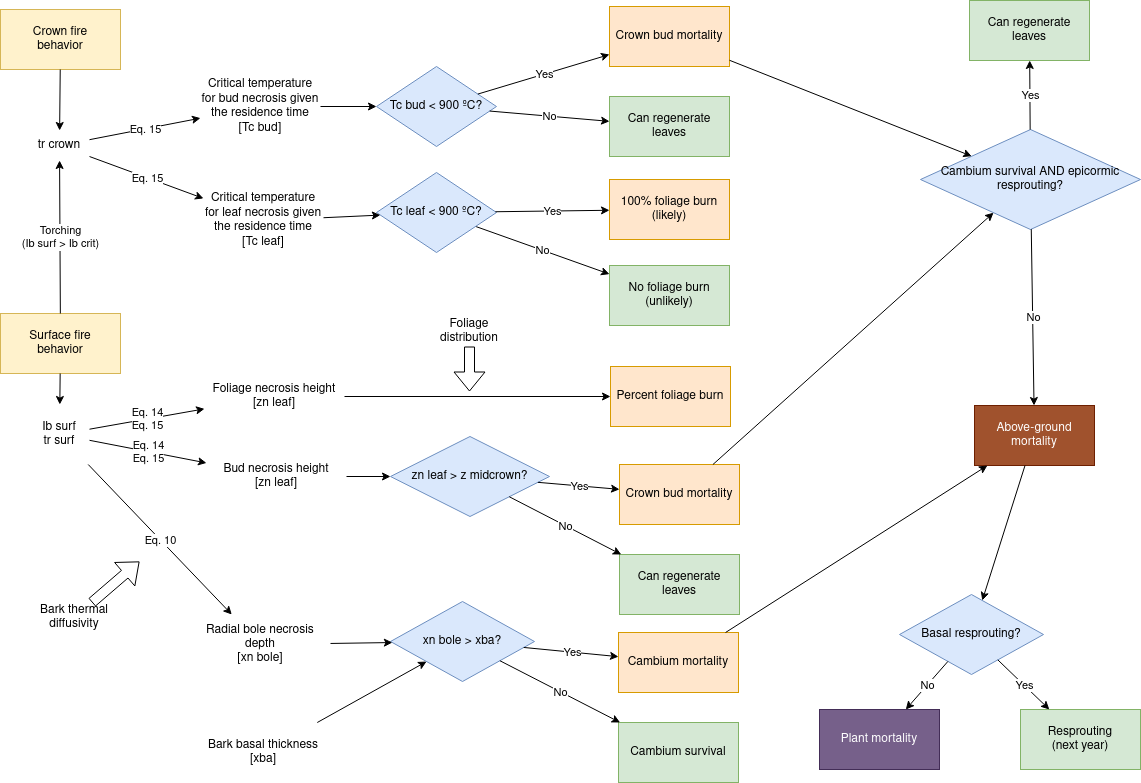
Earlier version of the draw.io export FireSeverity.drawio.png (emf-creaf/medfatebook). Source tidied: cells renumbered, new cells last; positions are measured from the earlier drawing's top-left corner, leaving out a move shared by most shapes.
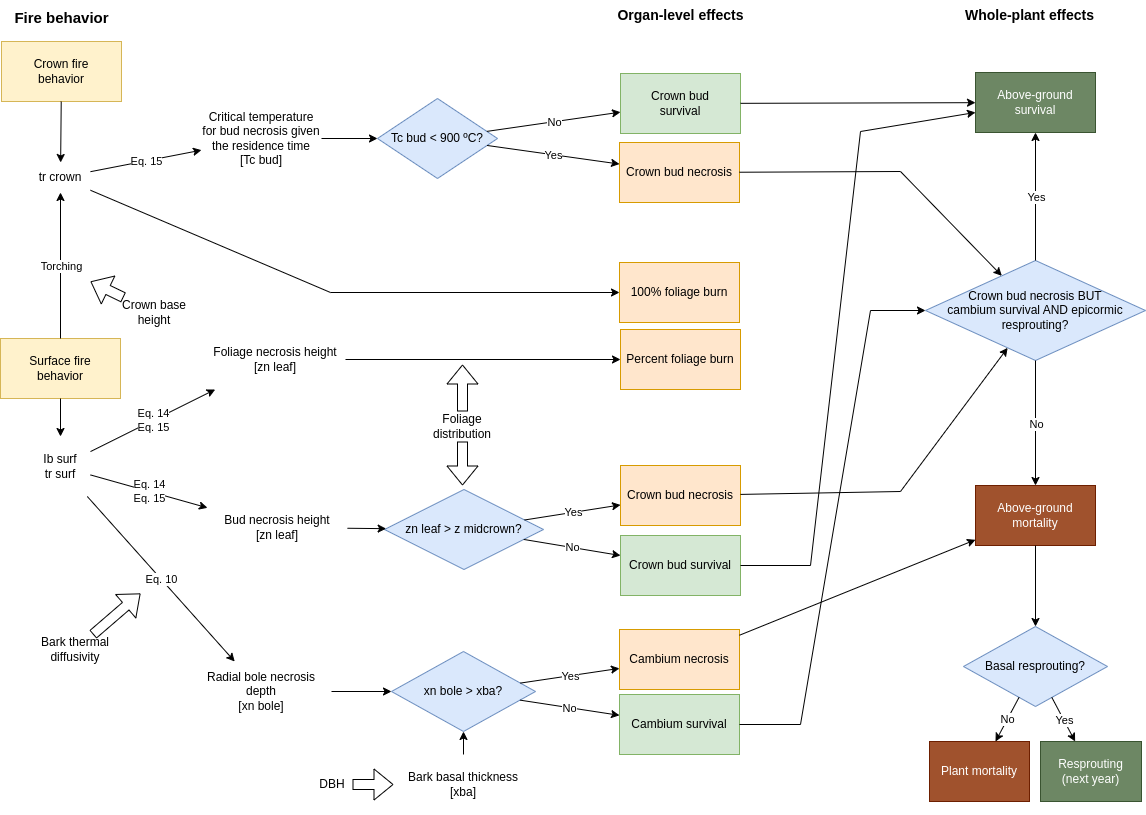
Above is the later version.

Diff of the diagram source:
```diff
@@ -23,8 +23,8 @@
     <mxCell id="8" style="endArrow=classic;html=1;rounded=0;" parent="1" edge="1" source="5" target="4">
       <mxGeometry relative="1" as="geometry" />
     </mxCell>
-    <mxCell id="9" value="Crown bud mortality" style="rounded=0;whiteSpace=wrap;html=1;fillColor=#ffe6cc;strokeColor=#d79b00;" parent="1" vertex="1">
-      <mxGeometry x="609" y="6" width="120" height="60" as="geometry" />
+    <mxCell id="9" value="Crown bud necrosis" style="rounded=0;whiteSpace=wrap;html=1;fillColor=#ffe6cc;strokeColor=#d79b00;" parent="1" vertex="1">
+      <mxGeometry x="618" y="110" width="120" height="60" as="geometry" />
     </mxCell>
     <mxCell id="10" style="endArrow=classic;html=1;rounded=0;" parent="1" edge="1" source="4" target="9">
       <mxGeometry relative="1" as="geometry" />
@@ -32,41 +32,18 @@
     <mxCell id="11" value="Yes" style="edgeLabel;html=1;align=center;verticalAlign=middle;" parent="10" vertex="1">
       <mxGeometry relative="1" as="geometry" />
     </mxCell>
-    <mxCell id="12" style="endArrow=classic;html=1;rounded=0;" parent="1" edge="1" source="17" target="22">
-      <mxGeometry relative="1" as="geometry" />
-    </mxCell>
-    <mxCell id="13" value="No" style="edgeLabel;html=1;align=center;verticalAlign=middle;" parent="12" vertex="1">
-      <mxGeometry relative="1" as="geometry" />
-    </mxCell>
-    <mxCell id="14" value="&lt;div&gt;Critical temperature for leaf necrosis given the residence time&lt;br&gt;&lt;/div&gt;&lt;div&gt;[Tc leaf]&lt;/div&gt;" style="text;html=1;strokeColor=none;fillColor=none;align=center;verticalAlign=middle;whiteSpace=wrap;rounded=0;" parent="1" vertex="1">
-      <mxGeometry x="203" y="190" width="120" height="60" as="geometry" />
-    </mxCell>
-    <mxCell id="15" style="endArrow=classic;html=1;rounded=0;" parent="1" edge="1" source="3" target="14">
-      <mxGeometry relative="1" as="geometry" />
-    </mxCell>
-    <mxCell id="16" value="Eq. 15" style="edgeLabel;html=1;align=center;verticalAlign=middle;" parent="15" vertex="1">
-      <mxGeometry relative="1" as="geometry" />
-    </mxCell>
-    <mxCell id="17" value="Tc leaf &amp;lt; 900 ºC?" style="rhombus;whiteSpace=wrap;html=1;fillColor=#dae8fc;strokeColor=#6c8ebf;" parent="1" vertex="1">
-      <mxGeometry x="376" y="172" width="120" height="80" as="geometry" />
-    </mxCell>
-    <mxCell id="18" style="endArrow=classic;html=1;rounded=0;" parent="1" edge="1" source="14" target="17">
-      <mxGeometry relative="1" as="geometry" />
+    <mxCell id="18" style="endArrow=classic;html=1;rounded=0;" parent="1" edge="1" source="3" target="21">
+      <mxGeometry relative="1" as="geometry">
+        <Array as="points">
+          <mxPoint x="329" y="260" />
+        </Array>
+      </mxGeometry>
     </mxCell>
-    <mxCell id="19" style="endArrow=classic;html=1;rounded=0;" parent="1" edge="1" source="17" target="21">
-      <mxGeometry relative="1" as="geometry" />
-    </mxCell>
-    <mxCell id="20" value="Yes" style="edgeLabel;html=1;align=center;verticalAlign=middle;" parent="19" vertex="1">
-      <mxGeometry relative="1" as="geometry" />
-    </mxCell>
-    <mxCell id="21" value="&lt;div&gt;100% foliage burn&lt;/div&gt;&lt;div&gt;(likely)&lt;br&gt;&lt;/div&gt;" style="rounded=0;whiteSpace=wrap;html=1;fillColor=#ffe6cc;strokeColor=#d79b00;" parent="1" vertex="1">
-      <mxGeometry x="609" y="179" width="120" height="60" as="geometry" />
+    <mxCell id="21" value="&lt;div&gt;100% foliage burn&lt;/div&gt;" style="rounded=0;whiteSpace=wrap;html=1;fillColor=#ffe6cc;strokeColor=#d79b00;" parent="1" vertex="1">
+      <mxGeometry x="618" y="230" width="120" height="60" as="geometry" />
     </mxCell>
-    <mxCell id="22" value="&lt;div&gt;No foliage burn&lt;/div&gt;&lt;div&gt;(unlikely)&lt;br&gt;&lt;/div&gt;" style="rounded=0;whiteSpace=wrap;html=1;fillColor=#d5e8d4;strokeColor=#82b366;" parent="1" vertex="1">
-      <mxGeometry x="609" y="265" width="120" height="60" as="geometry" />
-    </mxCell>
-    <mxCell id="23" value="Can regenerate leaves" style="rounded=0;whiteSpace=wrap;html=1;fillColor=#d5e8d4;strokeColor=#82b366;" parent="1" vertex="1">
-      <mxGeometry x="609" y="96" width="120" height="60" as="geometry" />
+    <mxCell id="23" value="&lt;div&gt;Crown bud &lt;br&gt;&lt;/div&gt;&lt;div&gt;survival&lt;/div&gt;" style="rounded=0;whiteSpace=wrap;html=1;fillColor=#d5e8d4;strokeColor=#82b366;" parent="1" vertex="1">
+      <mxGeometry x="619" y="41" width="120" height="60" as="geometry" />
     </mxCell>
     <mxCell id="24" style="endArrow=classic;html=1;rounded=0;" parent="1" edge="1" source="4" target="23">
       <mxGeometry relative="1" as="geometry" />
@@ -75,7 +52,7 @@
       <mxGeometry relative="1" as="geometry" />
     </mxCell>
     <mxCell id="26" value="&lt;div&gt;Surface fire &lt;br&gt;&lt;/div&gt;&lt;div&gt;behavior&lt;/div&gt;" style="rounded=0;whiteSpace=wrap;html=1;fillColor=#fff2cc;strokeColor=#d6b656;" parent="1" vertex="1">
-      <mxGeometry y="313" width="120" height="60" as="geometry" />
+      <mxGeometry x="-1" y="306" width="120" height="60" as="geometry" />
     </mxCell>
     <mxCell id="27" style="endArrow=classic;html=1;rounded=0;" parent="1" edge="1" source="2" target="3">
       <mxGeometry relative="1" as="geometry" />
@@ -84,22 +61,22 @@
       <mxGeometry x="29" y="404" width="60" height="60" as="geometry" />
     </mxCell>
     <mxCell id="29" value="&lt;div&gt;Foliage necrosis height&lt;br&gt;&lt;/div&gt;&lt;div&gt;[zn leaf]&lt;/div&gt;" style="text;html=1;strokeColor=none;fillColor=none;align=center;verticalAlign=middle;whiteSpace=wrap;rounded=0;" parent="1" vertex="1">
-      <mxGeometry x="204" y="366" width="140" height="60" as="geometry" />
+      <mxGeometry x="204" y="297" width="140" height="60" as="geometry" />
     </mxCell>
     <mxCell id="30" value="&lt;div&gt;Bud necrosis height&lt;br&gt;&lt;/div&gt;&lt;div&gt;[zn leaf]&lt;/div&gt;" style="text;html=1;strokeColor=none;fillColor=none;align=center;verticalAlign=middle;whiteSpace=wrap;rounded=0;" parent="1" vertex="1">
-      <mxGeometry x="206" y="446" width="140" height="60" as="geometry" />
+      <mxGeometry x="206" y="465" width="140" height="60" as="geometry" />
     </mxCell>
     <mxCell id="31" value="&lt;div&gt;Percent foliage burn&lt;/div&gt;" style="rounded=0;whiteSpace=wrap;html=1;fillColor=#ffe6cc;strokeColor=#d79b00;" parent="1" vertex="1">
-      <mxGeometry x="610" y="366" width="120" height="60" as="geometry" />
+      <mxGeometry x="619" y="297" width="120" height="60" as="geometry" />
     </mxCell>
     <mxCell id="32" style="endArrow=classic;html=1;rounded=0;" parent="1" edge="1" source="29" target="31">
       <mxGeometry relative="1" as="geometry" />
     </mxCell>
     <mxCell id="33" value="zn leaf &amp;gt; z midcrown?" style="rhombus;whiteSpace=wrap;html=1;fillColor=#dae8fc;strokeColor=#6c8ebf;" parent="1" vertex="1">
-      <mxGeometry x="390" y="436" width="159" height="80" as="geometry" />
+      <mxGeometry x="383" y="457" width="159" height="80" as="geometry" />
     </mxCell>
-    <mxCell id="34" value="Crown bud mortality" style="rounded=0;whiteSpace=wrap;html=1;fillColor=#ffe6cc;strokeColor=#d79b00;" parent="1" vertex="1">
-      <mxGeometry x="619" y="464" width="120" height="60" as="geometry" />
+    <mxCell id="34" value="Crown bud necrosis" style="rounded=0;whiteSpace=wrap;html=1;fillColor=#ffe6cc;strokeColor=#d79b00;" parent="1" vertex="1">
+      <mxGeometry x="619" y="433" width="120" height="60" as="geometry" />
     </mxCell>
     <mxCell id="35" style="endArrow=classic;html=1;rounded=0;" parent="1" edge="1" source="33" target="34">
       <mxGeometry relative="1" as="geometry" />
@@ -107,8 +84,8 @@
     <mxCell id="36" value="Yes" style="edgeLabel;html=1;align=center;verticalAlign=middle;" parent="35" vertex="1">
       <mxGeometry relative="1" as="geometry" />
     </mxCell>
-    <mxCell id="37" value="Can regenerate leaves" style="rounded=0;whiteSpace=wrap;html=1;fillColor=#d5e8d4;strokeColor=#82b366;" parent="1" vertex="1">
-      <mxGeometry x="619" y="554" width="120" height="60" as="geometry" />
+    <mxCell id="37" value="Crown bud survival" style="rounded=0;whiteSpace=wrap;html=1;fillColor=#d5e8d4;strokeColor=#82b366;" parent="1" vertex="1">
+      <mxGeometry x="619" y="503" width="120" height="60" as="geometry" />
     </mxCell>
     <mxCell id="38" style="endArrow=classic;html=1;rounded=0;" parent="1" edge="1" source="33" target="37">
       <mxGeometry relative="1" as="geometry" />
@@ -116,10 +93,8 @@
     <mxCell id="39" value="No" style="edgeLabel;html=1;align=center;verticalAlign=middle;" parent="38" vertex="1">
       <mxGeometry relative="1" as="geometry" />
     </mxCell>
-    <mxCell id="40" style="endArrow=classic;html=1;rounded=0;" parent="1" edge="1" source="30">
-      <mxGeometry relative="1" as="geometry">
-        <mxPoint x="390" y="476" as="targetPoint" />
-      </mxGeometry>
+    <mxCell id="40" style="endArrow=classic;html=1;rounded=0;" parent="1" edge="1" source="30" target="33">
+      <mxGeometry relative="1" as="geometry" />
     </mxCell>
     <mxCell id="41" style="endArrow=classic;html=1;rounded=0;" parent="1" edge="1" source="28" target="29">
       <mxGeometry relative="1" as="geometry" />
@@ -137,24 +112,24 @@
       <mxGeometry relative="1" as="geometry" />
     </mxCell>
     <mxCell id="46" value="&lt;div&gt;Radial bole necrosis depth&lt;br&gt;&lt;/div&gt;&lt;div&gt;[xn bole]&lt;/div&gt;" style="text;html=1;strokeColor=none;fillColor=none;align=center;verticalAlign=middle;whiteSpace=wrap;rounded=0;" parent="1" vertex="1">
-      <mxGeometry x="190" y="614" width="140" height="60" as="geometry" />
+      <mxGeometry x="190" y="629" width="140" height="60" as="geometry" />
     </mxCell>
     <mxCell id="47" value="xn bole &amp;gt; xba?" style="rhombus;whiteSpace=wrap;html=1;fillColor=#dae8fc;strokeColor=#6c8ebf;" parent="1" vertex="1">
-      <mxGeometry x="390" y="601" width="144" height="80" as="geometry" />
+      <mxGeometry x="390" y="619" width="144" height="80" as="geometry" />
     </mxCell>
     <mxCell id="48" style="endArrow=classic;html=1;rounded=0;" parent="1" edge="1" source="46" target="47">
       <mxGeometry relative="1" as="geometry" />
     </mxCell>
     <mxCell id="49" value="Foliage distribution" style="text;html=1;strokeColor=none;fillColor=none;align=center;verticalAlign=middle;whiteSpace=wrap;rounded=0;" parent="1" vertex="1">
-      <mxGeometry x="439" y="316" width="60" height="30" as="geometry" />
+      <mxGeometry x="431" y="379" width="60" height="30" as="geometry" />
     </mxCell>
     <mxCell id="50" style="shape=flexArrow;endArrow=classic;html=1;rounded=0;" parent="1" edge="1" source="49">
       <mxGeometry relative="1" as="geometry">
-        <mxPoint x="469" y="391" as="targetPoint" />
+        <mxPoint x="461" y="453" as="targetPoint" />
       </mxGeometry>
     </mxCell>
-    <mxCell id="51" value="Cambium mortality" style="rounded=0;whiteSpace=wrap;html=1;fillColor=#ffe6cc;strokeColor=#d79b00;" parent="1" vertex="1">
-      <mxGeometry x="618" y="632" width="120" height="60" as="geometry" />
+    <mxCell id="51" value="Cambium necrosis" style="rounded=0;whiteSpace=wrap;html=1;fillColor=#ffe6cc;strokeColor=#d79b00;" parent="1" vertex="1">
+      <mxGeometry x="618" y="597" width="120" height="60" as="geometry" />
     </mxCell>
     <mxCell id="52" style="endArrow=classic;html=1;rounded=0;" parent="1" edge="1" source="47" target="51">
       <mxGeometry relative="1" as="geometry" />
@@ -163,7 +138,7 @@
       <mxGeometry relative="1" as="geometry" />
     </mxCell>
     <mxCell id="54" value="Cambium survival" style="rounded=0;whiteSpace=wrap;html=1;fillColor=#d5e8d4;strokeColor=#82b366;" parent="1" vertex="1">
-      <mxGeometry x="618" y="722" width="120" height="60" as="geometry" />
+      <mxGeometry x="618" y="662" width="120" height="60" as="geometry" />
     </mxCell>
     <mxCell id="55" style="endArrow=classic;html=1;rounded=0;" parent="1" edge="1" source="47" target="54">
       <mxGeometry relative="1" as="geometry" />
@@ -186,19 +161,27 @@
       </mxGeometry>
     </mxCell>
     <mxCell id="61" value="&lt;div&gt;Bark basal thickness&lt;br&gt;&lt;/div&gt;&lt;div&gt;[xba]&lt;br&gt;&lt;/div&gt;" style="text;html=1;strokeColor=none;fillColor=none;align=center;verticalAlign=middle;whiteSpace=wrap;rounded=0;" parent="1" vertex="1">
-      <mxGeometry x="193" y="722" width="140" height="60" as="geometry" />
+      <mxGeometry x="392" y="722" width="140" height="60" as="geometry" />
     </mxCell>
     <mxCell id="62" style="endArrow=classic;html=1;rounded=0;" parent="1" edge="1" source="61" target="47">
       <mxGeometry relative="1" as="geometry" />
     </mxCell>
-    <mxCell id="63" value="&lt;div&gt;Cambium survival AND epicormic &lt;br&gt;&lt;/div&gt;&lt;div&gt;resprouting?&lt;/div&gt;" style="rhombus;whiteSpace=wrap;html=1;fillColor=#dae8fc;strokeColor=#6c8ebf;" parent="1" vertex="1">
-      <mxGeometry x="920" y="129" width="220" height="100" as="geometry" />
+    <mxCell id="63" value="&lt;div&gt;Crown bud necrosis BUT&lt;/div&gt;&lt;div&gt;cambium survival AND epicormic &lt;br&gt;&lt;/div&gt;&lt;div&gt;resprouting?&lt;/div&gt;" style="rhombus;whiteSpace=wrap;html=1;fillColor=#dae8fc;strokeColor=#6c8ebf;" parent="1" vertex="1">
+      <mxGeometry x="924" y="228" width="220" height="100" as="geometry" />
     </mxCell>
     <mxCell id="64" style="endArrow=classic;html=1;rounded=0;" parent="1" edge="1" source="9" target="63">
-      <mxGeometry relative="1" as="geometry" />
+      <mxGeometry relative="1" as="geometry">
+        <Array as="points">
+          <mxPoint x="899" y="139" />
+        </Array>
+      </mxGeometry>
     </mxCell>
     <mxCell id="65" style="endArrow=classic;html=1;rounded=0;" parent="1" edge="1" source="34" target="63">
-      <mxGeometry relative="1" as="geometry" />
+      <mxGeometry relative="1" as="geometry">
+        <Array as="points">
+          <mxPoint x="899" y="459" />
+        </Array>
+      </mxGeometry>
     </mxCell>
     <mxCell id="66" style="endArrow=classic;html=1;rounded=0;" parent="1" edge="1" source="63" target="80">
       <mxGeometry relative="1" as="geometry" />
@@ -207,7 +190,7 @@
       <mxGeometry relative="1" as="geometry" />
     </mxCell>
     <mxCell id="68" value="&lt;div&gt;Above-ground&lt;/div&gt;&lt;div&gt;mortality&lt;br&gt;&lt;/div&gt;" style="rounded=0;whiteSpace=wrap;html=1;fillColor=#a0522d;fontColor=#ffffff;strokeColor=#6D1F00;" parent="1" vertex="1">
-      <mxGeometry x="974" y="405" width="120" height="60" as="geometry" />
+      <mxGeometry x="974" y="453" width="120" height="60" as="geometry" />
     </mxCell>
     <mxCell id="69" style="endArrow=classic;html=1;rounded=0;" parent="1" edge="1" source="63" target="68">
       <mxGeometry relative="1" as="geometry" />
@@ -219,13 +202,13 @@
       <mxGeometry relative="1" as="geometry" />
     </mxCell>
     <mxCell id="72" value="Basal resprouting?" style="rhombus;whiteSpace=wrap;html=1;fillColor=#dae8fc;strokeColor=#6c8ebf;" parent="1" vertex="1">
-      <mxGeometry x="899" y="594" width="144" height="80" as="geometry" />
+      <mxGeometry x="962" y="594" width="144" height="80" as="geometry" />
     </mxCell>
     <mxCell id="73" style="endArrow=classic;html=1;rounded=0;" parent="1" edge="1" source="68" target="72">
       <mxGeometry relative="1" as="geometry" />
     </mxCell>
-    <mxCell id="74" value="Plant mortality" style="rounded=0;whiteSpace=wrap;html=1;fillColor=#76608a;strokeColor=#432D57;fontColor=#ffffff;" parent="1" vertex="1">
-      <mxGeometry x="819" y="709" width="120" height="60" as="geometry" />
+    <mxCell id="74" value="Plant mortality" style="rounded=0;whiteSpace=wrap;html=1;fillColor=#a0522d;strokeColor=#6D1F00;fontColor=#ffffff;" parent="1" vertex="1">
+      <mxGeometry x="928" y="709" width="100" height="60" as="geometry" />
     </mxCell>
     <mxCell id="75" style="endArrow=classic;html=1;rounded=0;" parent="1" edge="1" source="72" target="74">
       <mxGeometry relative="1" as="geometry" />
@@ -233,8 +216,8 @@
     <mxCell id="76" value="No" style="edgeLabel;html=1;align=center;verticalAlign=middle;" parent="75" vertex="1">
       <mxGeometry relative="1" as="geometry" />
     </mxCell>
-    <mxCell id="77" value="&lt;div&gt;Resprouting&lt;/div&gt;&lt;div&gt;(next year)&lt;br&gt;&lt;/div&gt;" style="rounded=0;whiteSpace=wrap;html=1;fillColor=#d5e8d4;strokeColor=#82b366;" parent="1" vertex="1">
-      <mxGeometry x="1020" y="709" width="120" height="60" as="geometry" />
+    <mxCell id="77" value="&lt;div&gt;Resprouting&lt;/div&gt;&lt;div&gt;(next year)&lt;br&gt;&lt;/div&gt;" style="rounded=0;whiteSpace=wrap;html=1;fillColor=#6d8764;strokeColor=#3A5431;fontColor=#ffffff;" parent="1" vertex="1">
+      <mxGeometry x="1039" y="709" width="101" height="60" as="geometry" />
     </mxCell>
     <mxCell id="78" style="endArrow=classic;html=1;rounded=0;" parent="1" edge="1" source="72" target="77">
       <mxGeometry relative="1" as="geometry" />
@@ -242,14 +225,61 @@
     <mxCell id="79" value="Yes" style="edgeLabel;html=1;align=center;verticalAlign=middle;" parent="78" vertex="1">
       <mxGeometry relative="1" as="geometry" />
     </mxCell>
-    <mxCell id="80" value="Can regenerate leaves" style="rounded=0;whiteSpace=wrap;html=1;fillColor=#d5e8d4;strokeColor=#82b366;" parent="1" vertex="1">
-      <mxGeometry x="969" width="120" height="60" as="geometry" />
+    <mxCell id="80" value="&lt;div&gt;Above-ground&lt;/div&gt;&lt;div&gt;survival&lt;br&gt;&lt;/div&gt;" style="rounded=0;whiteSpace=wrap;html=1;fillColor=#6d8764;strokeColor=#3A5431;fontColor=#ffffff;" parent="1" vertex="1">
+      <mxGeometry x="974" y="40" width="120" height="60" as="geometry" />
     </mxCell>
     <mxCell id="81" style="endArrow=classic;html=1;rounded=0;" parent="1" edge="1" source="26" target="3">
       <mxGeometry relative="1" as="geometry" />
     </mxCell>
-    <mxCell id="82" value="&lt;div&gt;Torching&lt;/div&gt;&lt;div&gt;(Ib surf &amp;gt; Ib crit)&lt;br&gt;&lt;/div&gt;" style="edgeLabel;html=1;align=center;verticalAlign=middle;" parent="81" vertex="1">
-      <mxGeometry relative="1" as="geometry" />
-    </mxCell>
+    <mxCell id="83" value="Torching" style="edgeLabel;html=1;align=center;verticalAlign=middle;" parent="81" vertex="1">
+      <mxGeometry relative="1" as="geometry" />
+    </mxCell>
+    <mxCell id="84" value="Crown base height" style="text;html=1;strokeColor=none;fillColor=none;align=center;verticalAlign=middle;whiteSpace=wrap;rounded=0;" parent="1" vertex="1">
+      <mxGeometry x="113" y="265" width="80" height="30" as="geometry" />
+    </mxCell>
+    <mxCell id="85" style="shape=flexArrow;endArrow=classic;html=1;rounded=0;" parent="1" edge="1" source="84">
+      <mxGeometry relative="1" as="geometry">
+        <mxPoint x="89" y="249" as="targetPoint" />
+      </mxGeometry>
+    </mxCell>
+    <mxCell id="86" value="&lt;b&gt;&lt;font style=&quot;font-size: 15px;&quot;&gt;Fire behavior&lt;/font&gt;&lt;/b&gt;" style="text;html=1;align=center;verticalAlign=middle;strokeColor=none;fillColor=none;" parent="1" vertex="1">
+      <mxGeometry y="-30" width="120" height="30" as="geometry" />
+    </mxCell>
+    <mxCell id="87" value="&lt;font style=&quot;font-size: 14px;&quot;&gt;&lt;b&gt;Organ-level effects&lt;br&gt;&lt;/b&gt;&lt;/font&gt;" style="text;html=1;align=center;verticalAlign=middle;strokeColor=none;fillColor=none;" parent="1" vertex="1">
+      <mxGeometry x="604" y="-32" width="150" height="30" as="geometry" />
+    </mxCell>
+    <mxCell id="88" value="&lt;font style=&quot;font-size: 14px;&quot;&gt;&lt;b&gt;Whole-plant effects&lt;br&gt;&lt;/b&gt;&lt;/font&gt;" style="text;html=1;align=center;verticalAlign=middle;strokeColor=none;fillColor=none;" parent="1" vertex="1">
+      <mxGeometry x="953" y="-32" width="150" height="30" as="geometry" />
+    </mxCell>
+    <mxCell id="89" value="DBH" style="text;html=1;strokeColor=none;fillColor=none;align=center;verticalAlign=middle;whiteSpace=wrap;rounded=0;" parent="1" vertex="1">
+      <mxGeometry x="311" y="737" width="40" height="30" as="geometry" />
+    </mxCell>
+    <mxCell id="90" style="shape=flexArrow;endArrow=classic;html=1;rounded=0;" parent="1" edge="1" source="89" target="61">
+      <mxGeometry relative="1" as="geometry" />
+    </mxCell>
+    <mxCell id="91" style="endArrow=classic;html=1;rounded=0;" parent="1" edge="1" source="23" target="80">
+      <mxGeometry relative="1" as="geometry" />
+    </mxCell>
+    <mxCell id="92" style="endArrow=classic;html=1;rounded=0;" parent="1" edge="1" source="37" target="80">
+      <mxGeometry relative="1" as="geometry">
+        <Array as="points">
+          <mxPoint x="809" y="533" />
+          <mxPoint x="859" y="99" />
+        </Array>
+      </mxGeometry>
+    </mxCell>
+    <mxCell id="93" style="endArrow=classic;html=1;rounded=0;" parent="1" edge="1" source="54" target="63">
+      <mxGeometry relative="1" as="geometry">
+        <Array as="points">
+          <mxPoint x="799" y="692" />
+          <mxPoint x="869" y="278" />
+        </Array>
+      </mxGeometry>
+    </mxCell>
+    <mxCell id="94" style="shape=flexArrow;endArrow=classic;html=1;rounded=0;" parent="1" edge="1" source="49">
+      <mxGeometry relative="1" as="geometry">
+        <mxPoint x="461" y="332" as="targetPoint" />
+      </mxGeometry>
+    </mxCell>
   </root>
 </mxGraphModel>
```
